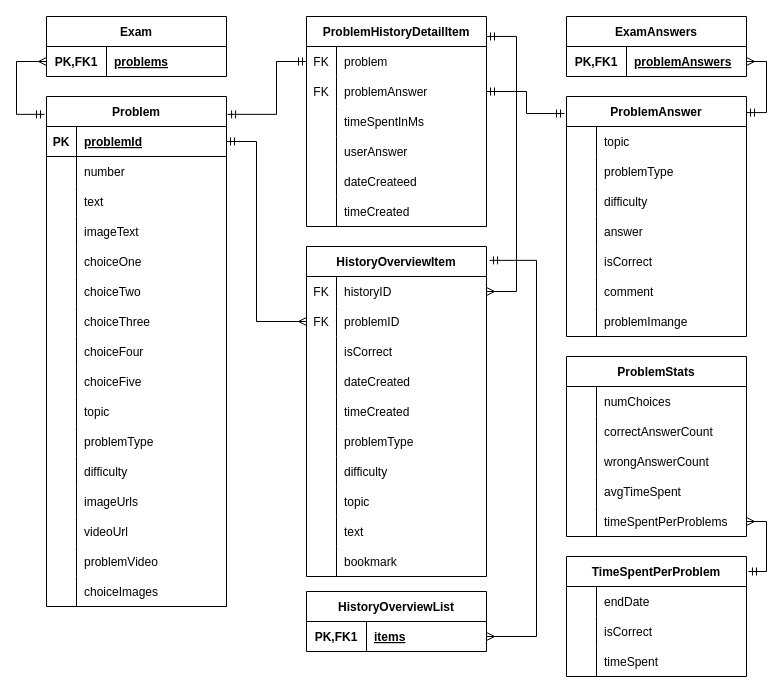
This is Untitled Diagram.drawio from iirtrtrt/data, a draw.io file, before an edit. Source tidied: cells renumbered, new cells numbered last; positions are measured from the earlier drawing's top-left corner, leaving out a move shared by most shapes. Both pictures are drawn from the tidied source at 100%, with x=0, y=0 at pixel (16, 16).
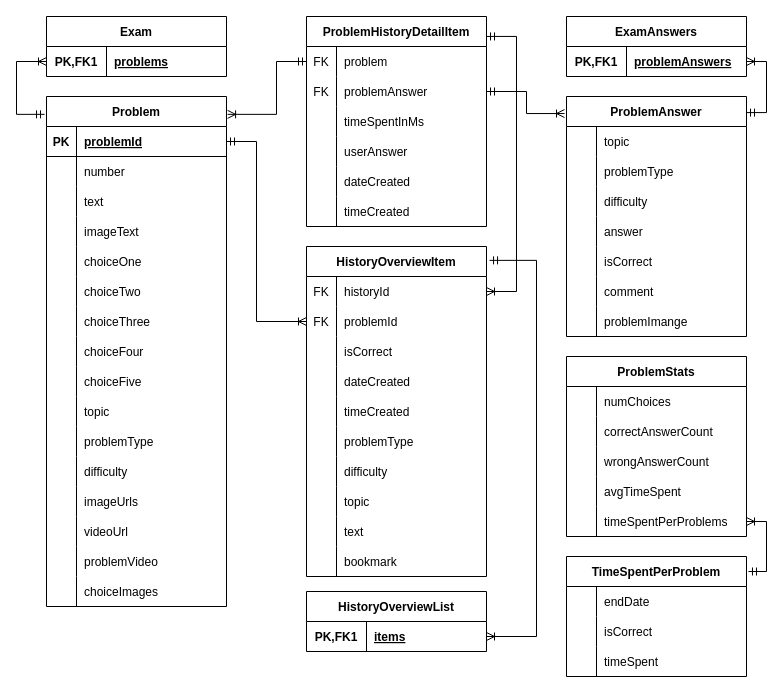
After the change.

The change refers to these unchanged cells:
```xml
<mxCell id="2" value="Problem" style="shape=table;startSize=30;childLayout=tableLayout;rowLines=0;fontStyle=1;align=center;" parent="1" vertex="1">
  <mxGeometry x="30" y="80" width="180" height="510" as="geometry" />
</mxCell>
<mxCell id="3" style="shape=tableRow;horizontal=0;startSize=0;swimlaneHead=0;swimlaneBody=0;fillColor=none;points=[[0,0.5],[1,0.5]];portConstraint=eastwest;top=0;left=0;right=0;bottom=1;" parent="2" vertex="1">
  <mxGeometry y="30" width="180" height="30" as="geometry" />
</mxCell>
<mxCell id="52" style="shape=tableRow;horizontal=0;startSize=0;swimlaneHead=0;swimlaneBody=0;fillColor=none;points=[[0,0.5],[1,0.5]];portConstraint=eastwest;top=0;left=0;right=0;bottom=0;" parent="51" vertex="1">
  <mxGeometry y="30" width="180" height="30" as="geometry" />
</mxCell>
<mxCell id="55" value="ProblemHistoryDetailItem" style="shape=table;startSize=30;childLayout=tableLayout;rowLines=0;fontStyle=1;align=center;" parent="1" vertex="1">
  <mxGeometry x="290" width="180" height="210" as="geometry" />
</mxCell>
<mxCell id="56" style="shape=tableRow;horizontal=0;startSize=0;swimlaneHead=0;swimlaneBody=0;fillColor=none;points=[[0,0.5],[1,0.5]];portConstraint=eastwest;top=0;left=0;right=0;bottom=0;" parent="55" vertex="1">
  <mxGeometry y="30" width="180" height="30" as="geometry" />
</mxCell>
<mxCell id="59" style="shape=tableRow;horizontal=0;startSize=0;swimlaneHead=0;swimlaneBody=0;fillColor=none;points=[[0,0.5],[1,0.5]];portConstraint=eastwest;top=0;left=0;right=0;bottom=0;" parent="55" vertex="1">
  <mxGeometry y="60" width="180" height="30" as="geometry" />
</mxCell>
<mxCell id="68" style="shape=tableRow;horizontal=0;startSize=0;swimlaneHead=0;swimlaneBody=0;fillColor=none;top=0;left=0;right=0;bottom=0;" parent="55" vertex="1">
  <mxGeometry y="150" width="180" height="30" as="geometry" />
</mxCell>
<mxCell id="74" value="HistoryOverviewItem" style="shape=table;startSize=30;childLayout=tableLayout;rowLines=0;fontStyle=1;align=center;" parent="1" vertex="1">
  <mxGeometry x="290" y="230" width="180" height="330" as="geometry" />
</mxCell>
<mxCell id="75" style="shape=tableRow;horizontal=0;startSize=0;swimlaneHead=0;swimlaneBody=0;fillColor=none;points=[[0,0.5],[1,0.5]];portConstraint=eastwest;top=0;left=0;right=0;bottom=0;" parent="74" vertex="1">
  <mxGeometry y="30" width="180" height="30" as="geometry" />
</mxCell>
<mxCell id="78" style="shape=tableRow;horizontal=0;startSize=0;swimlaneHead=0;swimlaneBody=0;fillColor=none;points=[[0,0.5],[1,0.5]];portConstraint=eastwest;top=0;left=0;right=0;bottom=0;" parent="74" vertex="1">
  <mxGeometry y="60" width="180" height="30" as="geometry" />
</mxCell>
<mxCell id="105" value="ProblemAnswer" style="shape=table;startSize=30;childLayout=tableLayout;rowLines=0;fontStyle=1;align=center;" parent="1" vertex="1">
  <mxGeometry x="550" y="80" width="180" height="240" as="geometry" />
</mxCell>
<mxCell id="141" style="shape=tableRow;horizontal=0;startSize=0;swimlaneHead=0;swimlaneBody=0;fillColor=none;points=[[0,0.5],[1,0.5]];portConstraint=eastwest;top=0;left=0;right=0;bottom=0;" parent="128" vertex="1">
  <mxGeometry y="150" width="180" height="30" as="geometry" />
</mxCell>
<mxCell id="149" style="shape=tableRow;horizontal=0;startSize=0;swimlaneHead=0;swimlaneBody=0;fillColor=none;points=[[0,0.5],[1,0.5]];portConstraint=eastwest;top=0;left=0;right=0;bottom=0;" parent="148" vertex="1">
  <mxGeometry y="30" width="180" height="30" as="geometry" />
</mxCell>
<mxCell id="153" style="shape=tableRow;horizontal=0;startSize=0;swimlaneHead=0;swimlaneBody=0;fillColor=none;points=[[0,0.5],[1,0.5]];portConstraint=eastwest;top=0;left=0;right=0;bottom=0;" parent="152" vertex="1">
  <mxGeometry y="30" width="180" height="30" as="geometry" />
</mxCell>
<mxCell id="156" value="TimeSpentPerProblem" style="shape=table;startSize=30;childLayout=tableLayout;rowLines=0;fontStyle=1;align=center;" parent="1" vertex="1">
  <mxGeometry x="550" y="540" width="180" height="120" as="geometry" />
</mxCell>
```

The edit, as a diff of the source:
```diff
@@
-    <mxCell id="70" value="dateCreateed" style="shape=partialRectangle;fillColor=none;top=0;left=0;bottom=0;right=0;align=left;spacingLeft=6;overflow=hidden;" parent="68" vertex="1">
+    <mxCell id="70" value="dateCreated" style="shape=partialRectangle;fillColor=none;top=0;left=0;bottom=0;right=0;align=left;spacingLeft=6;overflow=hidden;" parent="68" vertex="1">
       <mxGeometry x="30" width="150" height="30" as="geometry" />
     </mxCell>
@@
-    <mxCell id="77" value="historyID" style="shape=partialRectangle;fillColor=none;top=0;left=0;bottom=0;right=0;align=left;spacingLeft=6;overflow=hidden;" parent="75" vertex="1">
+    <mxCell id="77" value="historyId" style="shape=partialRectangle;fillColor=none;top=0;left=0;bottom=0;right=0;align=left;spacingLeft=6;overflow=hidden;" parent="75" vertex="1">
       <mxGeometry x="30" width="150" height="30" as="geometry" />
     </mxCell>
@@
-    <mxCell id="80" value="problemID" style="shape=partialRectangle;fillColor=none;top=0;left=0;bottom=0;right=0;align=left;spacingLeft=6;overflow=hidden;" parent="78" vertex="1">
+    <mxCell id="80" value="problemId" style="shape=partialRectangle;fillColor=none;top=0;left=0;bottom=0;right=0;align=left;spacingLeft=6;overflow=hidden;" parent="78" vertex="1">
       <mxGeometry x="30" width="150" height="30" as="geometry" />
     </mxCell>
@@
-    <mxCell id="127" style="edgeStyle=elbowEdgeStyle;fontSize=12;html=1;endArrow=ERmandOne;startArrow=ERmany;rounded=0;exitX=0;exitY=0.5;exitDx=0;exitDy=0;entryX=-0.011;entryY=0.035;entryDx=0;entryDy=0;entryPerimeter=0;startFill=0;" parent="1" edge="1" source="52" target="2">
+    <mxCell id="127" style="edgeStyle=elbowEdgeStyle;fontSize=12;html=1;endArrow=ERmandOne;startArrow=ERoneToMany;rounded=0;exitX=0;exitY=0.5;exitDx=0;exitDy=0;entryX=-0.011;entryY=0.035;entryDx=0;entryDy=0;entryPerimeter=0;startFill=0;" parent="1" edge="1" source="52" target="2">
       <mxGeometry relative="1" as="geometry">
         <Array as="points">
           <mxPoint y="80" />
         </Array>
       </mxGeometry>
     </mxCell>
@@
-    <mxCell id="144" style="edgeStyle=elbowEdgeStyle;fontSize=12;html=1;endArrow=ERmandOne;startArrow=ERmany;rounded=0;exitX=0;exitY=0.5;exitDx=0;exitDy=0;entryX=1;entryY=0.5;entryDx=0;entryDy=0;startFill=0;" parent="1" edge="1" source="78" target="3">
+    <mxCell id="144" style="edgeStyle=elbowEdgeStyle;fontSize=12;html=1;endArrow=ERmandOne;startArrow=ERoneToMany;rounded=0;exitX=0;exitY=0.5;exitDx=0;exitDy=0;entryX=1;entryY=0.5;entryDx=0;entryDy=0;startFill=0;" parent="1" edge="1" source="78" target="3">
       <mxGeometry relative="1" as="geometry">
         <Array as="points">
           <mxPoint x="240" y="230" />
         </Array>
       </mxGeometry>
     </mxCell>
-    <mxCell id="145" style="edgeStyle=elbowEdgeStyle;fontSize=12;html=1;endArrow=ERmandOne;startArrow=ERmandOne;rounded=0;exitX=0;exitY=0.5;exitDx=0;exitDy=0;entryX=1.006;entryY=0.035;entryDx=0;entryDy=0;entryPerimeter=0;" parent="1" edge="1" source="56" target="2">
+    <mxCell id="145" style="edgeStyle=elbowEdgeStyle;fontSize=12;html=1;endArrow=ERoneToMany;startArrow=ERmandOne;rounded=0;exitX=0;exitY=0.5;exitDx=0;exitDy=0;entryX=1.006;entryY=0.035;entryDx=0;entryDy=0;entryPerimeter=0;startFill=0;endFill=0;" parent="1" edge="1" source="56" target="2">
       <mxGeometry relative="1" as="geometry">
         <Array as="points">
           <mxPoint x="260" y="80" />
         </Array>
       </mxGeometry>
     </mxCell>
-    <mxCell id="146" style="edgeStyle=elbowEdgeStyle;fontSize=12;html=1;endArrow=ERmandOne;startArrow=ERmandOne;rounded=0;exitX=-0.011;exitY=0.071;exitDx=0;exitDy=0;entryX=1;entryY=0.5;entryDx=0;entryDy=0;exitPerimeter=0;" parent="1" edge="1" source="105" target="59">
+    <mxCell id="146" style="edgeStyle=elbowEdgeStyle;fontSize=12;html=1;endArrow=ERmandOne;startArrow=ERoneToMany;rounded=0;exitX=-0.011;exitY=0.071;exitDx=0;exitDy=0;entryX=1;entryY=0.5;entryDx=0;entryDy=0;exitPerimeter=0;endFill=0;startFill=0;" parent="1" edge="1" source="105" target="59">
       <mxGeometry relative="1" as="geometry">
         <Array as="points">
           <mxPoint x="510" y="120" />
         </Array>
       </mxGeometry>
     </mxCell>
-    <mxCell id="147" style="edgeStyle=elbowEdgeStyle;fontSize=12;html=1;endArrow=ERmandOne;startArrow=ERmany;rounded=0;exitX=1;exitY=0.5;exitDx=0;exitDy=0;entryX=1;entryY=0.095;entryDx=0;entryDy=0;entryPerimeter=0;startFill=0;" parent="1" edge="1" source="75" target="55">
+    <mxCell id="147" style="edgeStyle=elbowEdgeStyle;fontSize=12;html=1;endArrow=ERmandOne;startArrow=ERoneToMany;rounded=0;exitX=1;exitY=0.5;exitDx=0;exitDy=0;entryX=1;entryY=0.095;entryDx=0;entryDy=0;entryPerimeter=0;startFill=0;" parent="1" edge="1" source="75" target="55">
       <mxGeometry relative="1" as="geometry">
         <Array as="points">
           <mxPoint x="500" y="150" />
         </Array>
       </mxGeometry>
     </mxCell>
@@
-    <mxCell id="166" style="edgeStyle=elbowEdgeStyle;fontSize=12;html=1;endArrow=ERmandOne;startArrow=ERmany;rounded=0;exitX=1;exitY=0.5;exitDx=0;exitDy=0;entryX=1;entryY=0.067;entryDx=0;entryDy=0;entryPerimeter=0;startFill=0;" parent="1" edge="1" source="149" target="105">
+    <mxCell id="166" style="edgeStyle=elbowEdgeStyle;fontSize=12;html=1;endArrow=ERmandOne;startArrow=ERoneToMany;rounded=0;exitX=1;exitY=0.5;exitDx=0;exitDy=0;entryX=1;entryY=0.067;entryDx=0;entryDy=0;entryPerimeter=0;startFill=0;" parent="1" edge="1" source="149" target="105">
       <mxGeometry relative="1" as="geometry">
         <Array as="points">
           <mxPoint x="750" y="80" />
         </Array>
       </mxGeometry>
     </mxCell>
-    <mxCell id="167" style="edgeStyle=elbowEdgeStyle;fontSize=12;html=1;endArrow=ERmandOne;startArrow=ERmany;rounded=0;entryX=1.017;entryY=0.042;entryDx=0;entryDy=0;entryPerimeter=0;startFill=0;exitX=1;exitY=0.5;exitDx=0;exitDy=0;" parent="1" edge="1" source="153" target="74">
+    <mxCell id="167" style="edgeStyle=elbowEdgeStyle;fontSize=12;html=1;endArrow=ERmandOne;startArrow=ERoneToMany;rounded=0;entryX=1.017;entryY=0.042;entryDx=0;entryDy=0;entryPerimeter=0;startFill=0;exitX=1;exitY=0.5;exitDx=0;exitDy=0;" parent="1" edge="1" source="153" target="74">
       <mxGeometry relative="1" as="geometry">
         <Array as="points">
           <mxPoint x="520" y="440" />
         </Array>
       </mxGeometry>
     </mxCell>
-    <mxCell id="168" style="edgeStyle=elbowEdgeStyle;fontSize=12;html=1;endArrow=ERmandOne;startArrow=ERmany;rounded=0;entryX=1.011;entryY=0.125;entryDx=0;entryDy=0;entryPerimeter=0;startFill=0;exitX=1;exitY=0.5;exitDx=0;exitDy=0;" parent="1" edge="1" source="141" target="156">
+    <mxCell id="168" style="edgeStyle=elbowEdgeStyle;fontSize=12;html=1;endArrow=ERmandOne;startArrow=ERoneToMany;rounded=0;entryX=1.011;entryY=0.125;entryDx=0;entryDy=0;entryPerimeter=0;startFill=0;exitX=1;exitY=0.5;exitDx=0;exitDy=0;" parent="1" edge="1" source="141" target="156">
       <mxGeometry relative="1" as="geometry">
         <Array as="points">
           <mxPoint x="750" y="530" />
         </Array>
       </mxGeometry>
     </mxCell>
```
